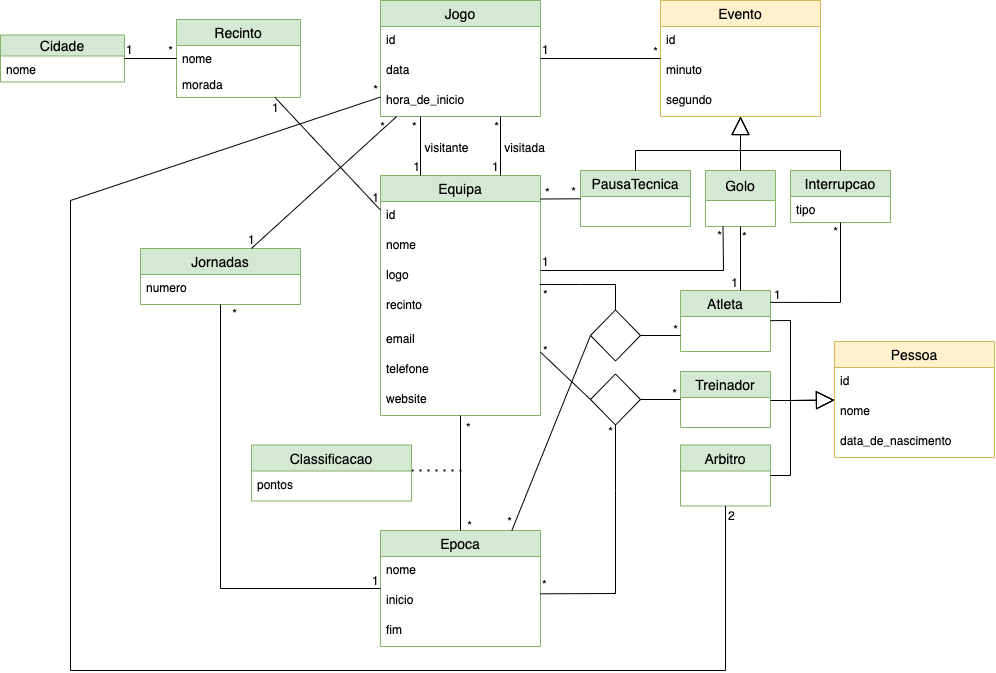
thePeras/BD_Handball_Database keeps this draw.io diagram as schema/Andebol_UML.png. Above is the earlier version. Source tidied: cells renumbered, new cells last; positions are measured from the earlier drawing's top-left corner, leaving out a move shared by most shapes.
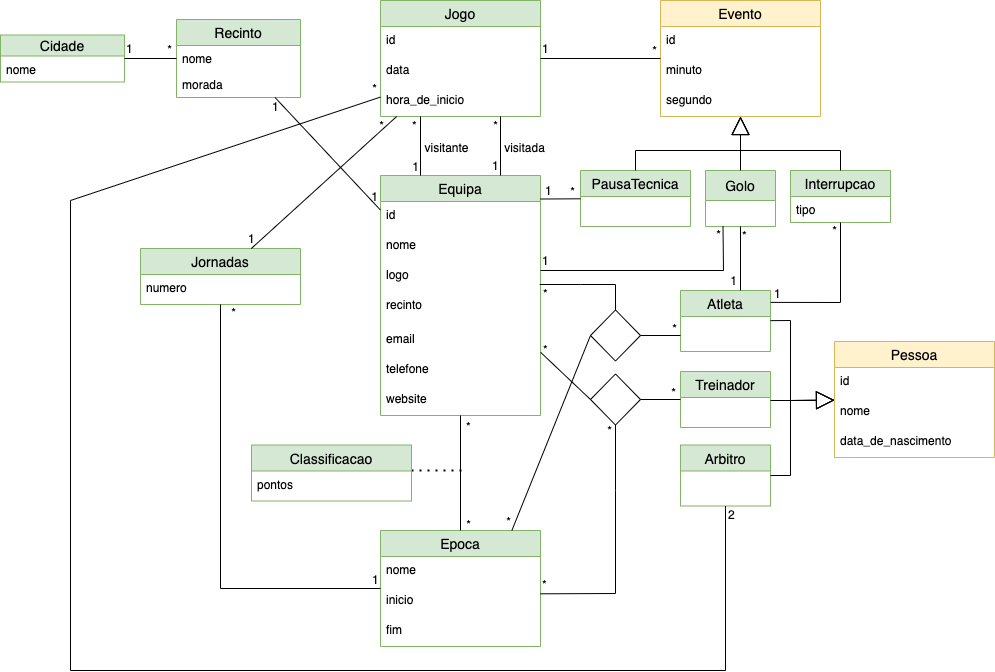
Later version of the same file.

The edit, as a diff of the source:
```diff
@@ -264,9 +264,9 @@
     <mxCell id="70" style="endArrow=none;html=1;rounded=0;exitX=0.999;exitY=0.098;exitDx=0;exitDy=0;exitPerimeter=0;" parent="1" edge="1" source="30" target="39">
       <mxGeometry relative="1" as="geometry" />
     </mxCell>
-    <mxCell id="71" value="*" style="html=1;align=left;verticalAlign=bottom;" parent="70" vertex="1">
+    <mxCell id="71" value="1" style="html=1;align=left;verticalAlign=bottom;" parent="70" vertex="1">
       <mxGeometry x="-1" relative="1" as="geometry">
-        <mxPoint x="3" y="2" as="offset" />
+        <mxPoint x="3" y="1" as="offset" />
       </mxGeometry>
     </mxCell>
     <mxCell id="72" value="*" style="html=1;align=right;verticalAlign=bottom;" parent="70" vertex="1">
```
